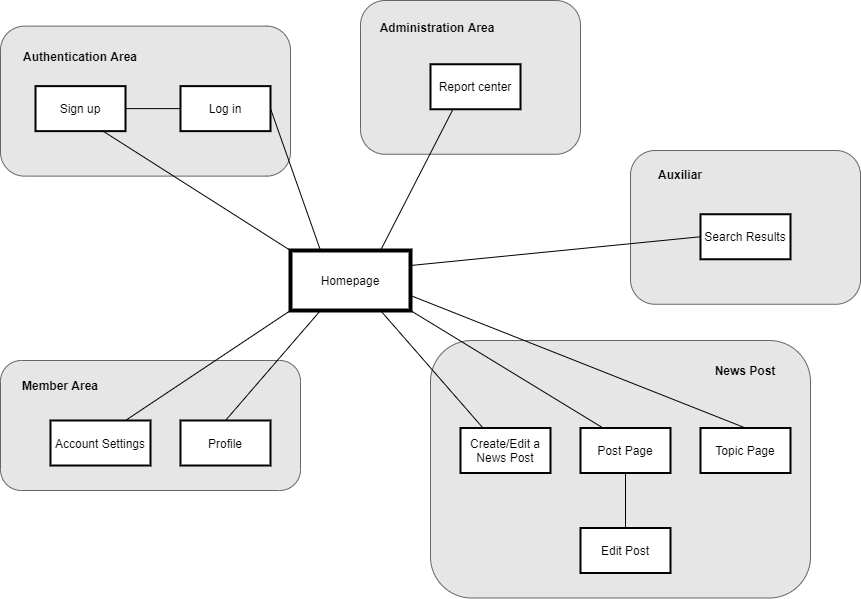
Before: artefacts/a3/sitemap.png, a diagram exported from draw.io (andrenasx/Gameorama). Source tidied: cells renumbered, new cells last; positions are measured from the earlier drawing's top-left corner, leaving out a move shared by most shapes. The source it was exported from:
```xml
<mxGraphModel>
  <root>
    <mxCell id="0" />
    <mxCell id="1" parent="0" />
    <mxCell id="2" style="rounded=1;whiteSpace=wrap;html=1;strokeColor=#666666;fontColor=#333333;fillColor=#E6E6E6;arcSize=16;" parent="1" vertex="1">
      <mxGeometry x="630" y="150" width="230" height="153.8" as="geometry" />
    </mxCell>
    <mxCell id="3" style="rounded=1;whiteSpace=wrap;html=1;strokeColor=#666666;fontColor=#333333;fillColor=#E6E6E6;arcSize=16;" parent="1" vertex="1">
      <mxGeometry y="360" width="300" height="130" as="geometry" />
    </mxCell>
    <mxCell id="4" value="Homepage" style="rounded=0;whiteSpace=wrap;html=1;strokeWidth=4;" parent="1" vertex="1">
      <mxGeometry x="290" y="250" width="120" height="60" as="geometry" />
    </mxCell>
    <mxCell id="5" value="&lt;b&gt;Member Area&lt;/b&gt;" style="text;html=1;strokeColor=none;fillColor=none;align=center;verticalAlign=middle;whiteSpace=wrap;rounded=0;" parent="1" vertex="1">
      <mxGeometry x="20" y="375" width="80" height="20" as="geometry" />
    </mxCell>
    <mxCell id="6" value="Profile" style="rounded=0;whiteSpace=wrap;html=1;strokeWidth=2;" parent="1" vertex="1">
      <mxGeometry x="180" y="420" width="90" height="45" as="geometry" />
    </mxCell>
    <mxCell id="7" style="endArrow=none;html=1;entryX=0.25;entryY=1;entryDx=0;entryDy=0;exitX=0.5;exitY=0;exitDx=0;exitDy=0;" parent="1" edge="1" source="6" target="4">
      <mxGeometry relative="1" as="geometry" />
    </mxCell>
    <mxCell id="8" value="Account Settings" style="rounded=0;whiteSpace=wrap;html=1;strokeWidth=2;" parent="1" vertex="1">
      <mxGeometry x="50" y="420" width="100" height="45" as="geometry" />
    </mxCell>
    <mxCell id="9" style="rounded=1;whiteSpace=wrap;html=1;strokeColor=#666666;fontColor=#333333;fillColor=#E6E6E6;arcSize=16;" parent="1" vertex="1">
      <mxGeometry x="430" y="340" width="380" height="257.5" as="geometry" />
    </mxCell>
    <mxCell id="10" value="&lt;b&gt;Auxiliar&lt;/b&gt;" style="text;html=1;strokeColor=none;fillColor=none;align=center;verticalAlign=middle;whiteSpace=wrap;rounded=0;" parent="1" vertex="1">
      <mxGeometry x="640" y="164.4" width="80" height="20" as="geometry" />
    </mxCell>
    <mxCell id="11" value="Topic Page" style="rounded=0;whiteSpace=wrap;html=1;strokeWidth=2;" parent="1" vertex="1">
      <mxGeometry x="700" y="427.5" width="90" height="45" as="geometry" />
    </mxCell>
    <mxCell id="12" value="Post Page" style="rounded=0;whiteSpace=wrap;html=1;strokeWidth=2;" parent="1" vertex="1">
      <mxGeometry x="580" y="427.5" width="90" height="45" as="geometry" />
    </mxCell>
    <mxCell id="13" value="Search Results" style="rounded=0;whiteSpace=wrap;html=1;strokeWidth=2;" parent="1" vertex="1">
      <mxGeometry x="700" y="213.8" width="90" height="45" as="geometry" />
    </mxCell>
    <mxCell id="14" style="rounded=1;whiteSpace=wrap;html=1;strokeColor=#666666;fontColor=#333333;fillColor=#E6E6E6;arcSize=16;" parent="1" vertex="1">
      <mxGeometry y="25.6" width="290" height="150" as="geometry" />
    </mxCell>
    <mxCell id="15" value="&lt;b&gt;Authentication Area&lt;/b&gt;" style="text;html=1;strokeColor=none;fillColor=none;align=center;verticalAlign=middle;whiteSpace=wrap;rounded=0;" parent="1" vertex="1">
      <mxGeometry x="20" y="45.6" width="120" height="20" as="geometry" />
    </mxCell>
    <mxCell id="16" value="Log in" style="rounded=0;whiteSpace=wrap;html=1;strokeWidth=2;" parent="1" vertex="1">
      <mxGeometry x="180" y="85.6" width="90" height="45" as="geometry" />
    </mxCell>
    <mxCell id="17" value="Sign up" style="rounded=0;whiteSpace=wrap;html=1;strokeWidth=2;" parent="1" vertex="1">
      <mxGeometry x="35" y="85.6" width="90" height="45" as="geometry" />
    </mxCell>
    <mxCell id="18" style="endArrow=none;html=1;entryX=0;entryY=0.5;entryDx=0;entryDy=0;exitX=1;exitY=0.5;exitDx=0;exitDy=0;" parent="1" edge="1" source="17" target="16">
      <mxGeometry relative="1" as="geometry" />
    </mxCell>
    <mxCell id="19" style="endArrow=none;html=1;entryX=0.25;entryY=0;entryDx=0;entryDy=0;exitX=1;exitY=0.5;exitDx=0;exitDy=0;" parent="1" edge="1" source="16" target="4">
      <mxGeometry relative="1" as="geometry" />
    </mxCell>
    <mxCell id="20" style="edgeStyle=orthogonalEdgeStyle;rounded=0;orthogonalLoop=1;jettySize=auto;html=1;exitX=0.5;exitY=1;exitDx=0;exitDy=0;" parent="1" edge="1" source="6" target="6">
      <mxGeometry relative="1" as="geometry" />
    </mxCell>
    <mxCell id="21" style="endArrow=none;html=1;entryX=0;entryY=1;entryDx=0;entryDy=0;exitX=0.75;exitY=0;exitDx=0;exitDy=0;" parent="1" edge="1" source="8" target="4">
      <mxGeometry relative="1" as="geometry" />
    </mxCell>
    <mxCell id="22" value="Create/Edit a News Post" style="rounded=0;whiteSpace=wrap;html=1;strokeWidth=2;" parent="1" vertex="1">
      <mxGeometry x="460" y="427.5" width="90" height="45" as="geometry" />
    </mxCell>
    <mxCell id="23" value="Edit Post" style="rounded=0;whiteSpace=wrap;html=1;strokeWidth=2;" parent="1" vertex="1">
      <mxGeometry x="580" y="527.5" width="90" height="45" as="geometry" />
    </mxCell>
    <mxCell id="24" style="endArrow=none;html=1;entryX=0.75;entryY=1;entryDx=0;entryDy=0;exitX=0.25;exitY=0;exitDx=0;exitDy=0;" parent="1" edge="1" source="22" target="4">
      <mxGeometry relative="1" as="geometry" />
    </mxCell>
    <mxCell id="25" style="endArrow=none;html=1;entryX=1;entryY=1;entryDx=0;entryDy=0;exitX=0.25;exitY=0;exitDx=0;exitDy=0;" parent="1" edge="1" source="12" target="4">
      <mxGeometry relative="1" as="geometry" />
    </mxCell>
    <mxCell id="26" style="endArrow=none;html=1;entryX=0.5;entryY=0;entryDx=0;entryDy=0;exitX=0.5;exitY=1;exitDx=0;exitDy=0;" parent="1" edge="1" source="12" target="23">
      <mxGeometry relative="1" as="geometry" />
    </mxCell>
    <mxCell id="27" style="endArrow=none;html=1;entryX=1;entryY=0.75;entryDx=0;entryDy=0;exitX=0.5;exitY=0;exitDx=0;exitDy=0;" parent="1" edge="1" source="11">
      <mxGeometry relative="1" as="geometry">
        <mxPoint x="410" y="295" as="targetPoint" />
      </mxGeometry>
    </mxCell>
    <mxCell id="28" style="endArrow=none;html=1;entryX=0;entryY=0;entryDx=0;entryDy=0;exitX=0.75;exitY=1;exitDx=0;exitDy=0;" parent="1" edge="1" source="17" target="4">
      <mxGeometry relative="1" as="geometry" />
    </mxCell>
    <mxCell id="29" value="&lt;b&gt;News Post&lt;/b&gt;" style="text;html=1;strokeColor=none;fillColor=none;align=center;verticalAlign=middle;whiteSpace=wrap;rounded=0;" parent="1" vertex="1">
      <mxGeometry x="705" y="360" width="80" height="20" as="geometry" />
    </mxCell>
    <mxCell id="30" style="rounded=1;whiteSpace=wrap;html=1;strokeColor=#666666;fontColor=#333333;fillColor=#E6E6E6;arcSize=16;" parent="1" vertex="1">
      <mxGeometry x="360" width="220" height="153.8" as="geometry" />
    </mxCell>
    <mxCell id="31" value="&lt;b&gt;Administration Area&lt;/b&gt;" style="text;html=1;strokeColor=none;fillColor=none;align=center;verticalAlign=middle;whiteSpace=wrap;rounded=0;" parent="1" vertex="1">
      <mxGeometry x="372" y="16.9" width="130" height="20" as="geometry" />
    </mxCell>
    <mxCell id="32" value="Report center" style="rounded=0;whiteSpace=wrap;html=1;strokeWidth=2;" parent="1" vertex="1">
      <mxGeometry x="430" y="63.8" width="90" height="45" as="geometry" />
    </mxCell>
    <mxCell id="33" style="endArrow=none;html=1;entryX=0.75;entryY=0;entryDx=0;entryDy=0;exitX=0.25;exitY=1;exitDx=0;exitDy=0;" parent="1" edge="1" source="32" target="4">
      <mxGeometry relative="1" as="geometry" />
    </mxCell>
    <mxCell id="34" style="endArrow=none;html=1;entryX=1;entryY=0.25;entryDx=0;entryDy=0;exitX=0;exitY=0.5;exitDx=0;exitDy=0;" parent="1" edge="1" source="13" target="4">
      <mxGeometry relative="1" as="geometry" />
    </mxCell>
  </root>
</mxGraphModel>
```
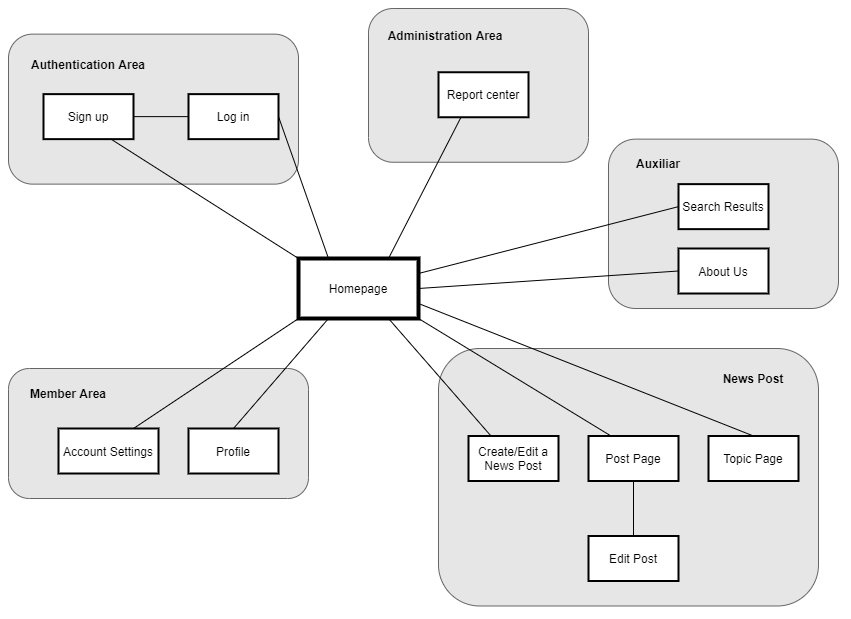
The same diagram one commit later.

Diff of the diagram source:
```diff
@@ -3,7 +3,7 @@
     <mxCell id="0" />
     <mxCell id="1" parent="0" />
     <mxCell id="2" style="rounded=1;whiteSpace=wrap;html=1;strokeColor=#666666;fontColor=#333333;fillColor=#E6E6E6;arcSize=16;" parent="1" vertex="1">
-      <mxGeometry x="630" y="150" width="230" height="153.8" as="geometry" />
+      <mxGeometry x="600" y="130.6" width="230" height="169.4" as="geometry" />
     </mxCell>
     <mxCell id="3" style="rounded=1;whiteSpace=wrap;html=1;strokeColor=#666666;fontColor=#333333;fillColor=#E6E6E6;arcSize=16;" parent="1" vertex="1">
       <mxGeometry y="360" width="300" height="130" as="geometry" />
@@ -27,7 +27,7 @@
       <mxGeometry x="430" y="340" width="380" height="257.5" as="geometry" />
     </mxCell>
     <mxCell id="10" value="&lt;b&gt;Auxiliar&lt;/b&gt;" style="text;html=1;strokeColor=none;fillColor=none;align=center;verticalAlign=middle;whiteSpace=wrap;rounded=0;" parent="1" vertex="1">
-      <mxGeometry x="640" y="164.4" width="80" height="20" as="geometry" />
+      <mxGeometry x="610" y="145" width="80" height="20" as="geometry" />
     </mxCell>
     <mxCell id="11" value="Topic Page" style="rounded=0;whiteSpace=wrap;html=1;strokeWidth=2;" parent="1" vertex="1">
       <mxGeometry x="700" y="427.5" width="90" height="45" as="geometry" />
@@ -36,7 +36,7 @@
       <mxGeometry x="580" y="427.5" width="90" height="45" as="geometry" />
     </mxCell>
     <mxCell id="13" value="Search Results" style="rounded=0;whiteSpace=wrap;html=1;strokeWidth=2;" parent="1" vertex="1">
-      <mxGeometry x="700" y="213.8" width="90" height="45" as="geometry" />
+      <mxGeometry x="670" y="175.6" width="90" height="45" as="geometry" />
     </mxCell>
     <mxCell id="14" style="rounded=1;whiteSpace=wrap;html=1;strokeColor=#666666;fontColor=#333333;fillColor=#E6E6E6;arcSize=16;" parent="1" vertex="1">
       <mxGeometry y="25.6" width="290" height="150" as="geometry" />
@@ -103,5 +103,11 @@
     <mxCell id="34" style="endArrow=none;html=1;entryX=1;entryY=0.25;entryDx=0;entryDy=0;exitX=0;exitY=0.5;exitDx=0;exitDy=0;" parent="1" edge="1" source="13" target="4">
       <mxGeometry relative="1" as="geometry" />
     </mxCell>
+    <mxCell id="35" value="About Us" style="rounded=0;whiteSpace=wrap;html=1;strokeWidth=2;" parent="1" vertex="1">
+      <mxGeometry x="670" y="240" width="90" height="45" as="geometry" />
+    </mxCell>
+    <mxCell id="36" style="endArrow=none;html=1;entryX=1;entryY=0.5;entryDx=0;entryDy=0;exitX=0;exitY=0.5;exitDx=0;exitDy=0;" parent="1" edge="1" source="35" target="4">
+      <mxGeometry relative="1" as="geometry" />
+    </mxCell>
   </root>
 </mxGraphModel>
```
